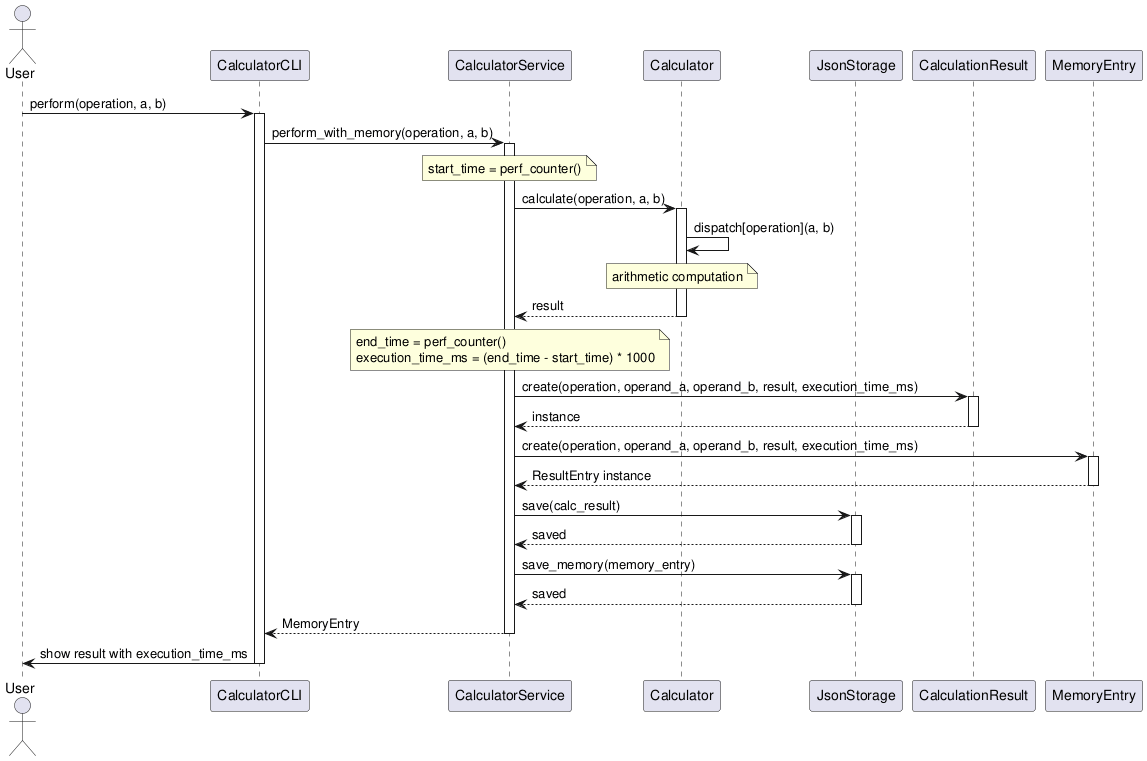
This is experiments/broadcast/user_stories/calculator/artifacts/sequence_diagram.png from DanielRiha8906/Software_autoevolution_using_agents, a PlantUML export, as it was before one commit.
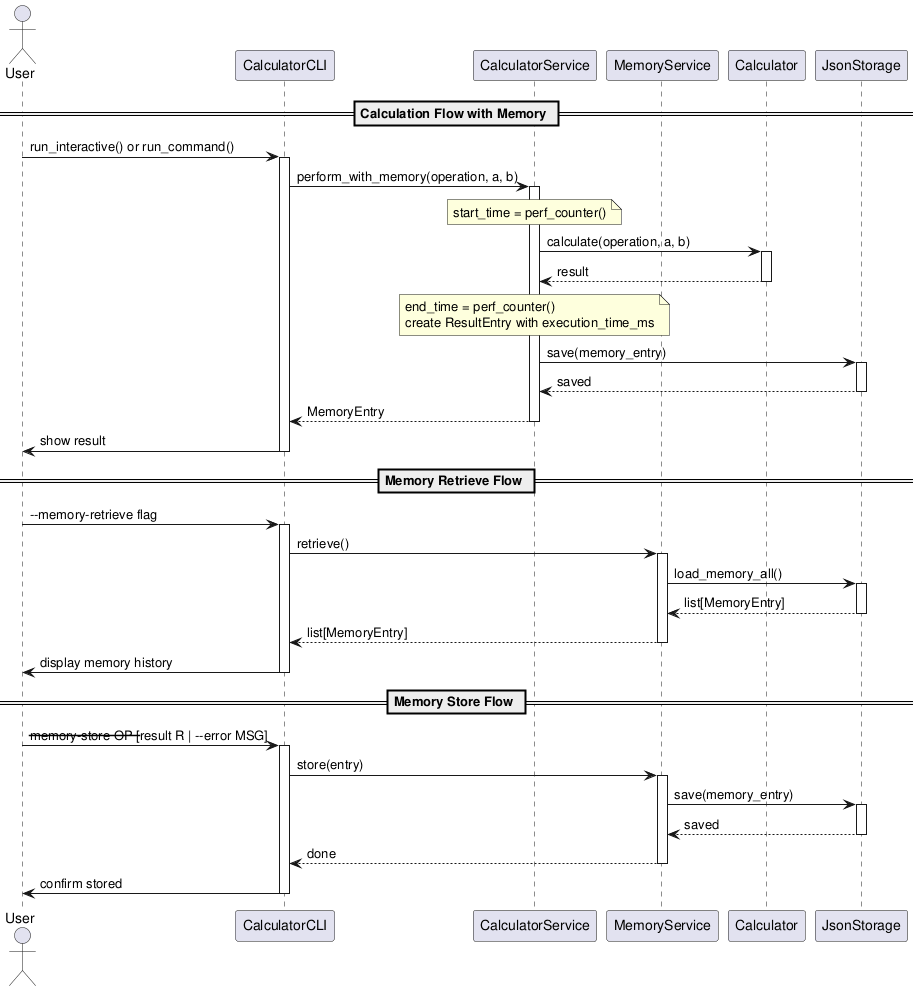
After the commit.

What changed in the source:
```diff
@@ -3,12 +3,12 @@
 actor User
 participant CalculatorCLI
 participant CalculatorService
+participant MemoryService
 participant Calculator
 participant JsonStorage
-participant CalculationResult
-participant MemoryEntry
 
-User -> CalculatorCLI: perform(operation, a, b)
+== Calculation Flow with Memory ==
+User -> CalculatorCLI: run_interactive() or run_command()
 activate CalculatorCLI
 
 CalculatorCLI -> CalculatorService: perform_with_memory(operation, a, b)
@@ -18,31 +18,12 @@
 
 CalculatorService -> Calculator: calculate(operation, a, b)
 activate Calculator
-
-Calculator -> Calculator: dispatch[operation](a, b)
-note over Calculator: arithmetic computation
-
 Calculator --> CalculatorService: result
 deactivate Calculator
 
-note over CalculatorService: end_time = perf_counter()\nexecution_time_ms = (end_time - start_time) * 1000
+note over CalculatorService: end_time = perf_counter()\ncreate ResultEntry with execution_time_ms
 
-CalculatorService -> CalculationResult: create(operation, operand_a, operand_b, result, execution_time_ms)
-activate CalculationResult
-CalculationResult --> CalculatorService: instance
-deactivate CalculationResult
-
-CalculatorService -> MemoryEntry: create(operation, operand_a, operand_b, result, execution_time_ms)
-activate MemoryEntry
-MemoryEntry --> CalculatorService: ResultEntry instance
-deactivate MemoryEntry
-
-CalculatorService -> JsonStorage: save(calc_result)
-activate JsonStorage
-JsonStorage --> CalculatorService: saved
-deactivate JsonStorage
-
-CalculatorService -> JsonStorage: save_memory(memory_entry)
+CalculatorService -> JsonStorage: save(memory_entry)
 activate JsonStorage
 JsonStorage --> CalculatorService: saved
 deactivate JsonStorage
@@ -50,7 +31,43 @@
 CalculatorService --> CalculatorCLI: MemoryEntry
 deactivate CalculatorService
 
-CalculatorCLI -> User: show result with execution_time_ms
+CalculatorCLI -> User: show result
+deactivate CalculatorCLI
+
+== Memory Retrieve Flow ==
+User -> CalculatorCLI: --memory-retrieve flag
+activate CalculatorCLI
+
+CalculatorCLI -> MemoryService: retrieve()
+activate MemoryService
+
+MemoryService -> JsonStorage: load_memory_all()
+activate JsonStorage
+JsonStorage --> MemoryService: list[MemoryEntry]
+deactivate JsonStorage
+
+MemoryService --> CalculatorCLI: list[MemoryEntry]
+deactivate MemoryService
+
+CalculatorCLI -> User: display memory history
+deactivate CalculatorCLI
+
+== Memory Store Flow ==
+User -> CalculatorCLI: --memory-store OP [--result R | --error MSG]
+activate CalculatorCLI
+
+CalculatorCLI -> MemoryService: store(entry)
+activate MemoryService
+
+MemoryService -> JsonStorage: save(memory_entry)
+activate JsonStorage
+JsonStorage --> MemoryService: saved
+deactivate JsonStorage
+
+MemoryService --> CalculatorCLI: done
+deactivate MemoryService
+
+CalculatorCLI -> User: confirm stored
 deactivate CalculatorCLI
 
 @enduml
```
